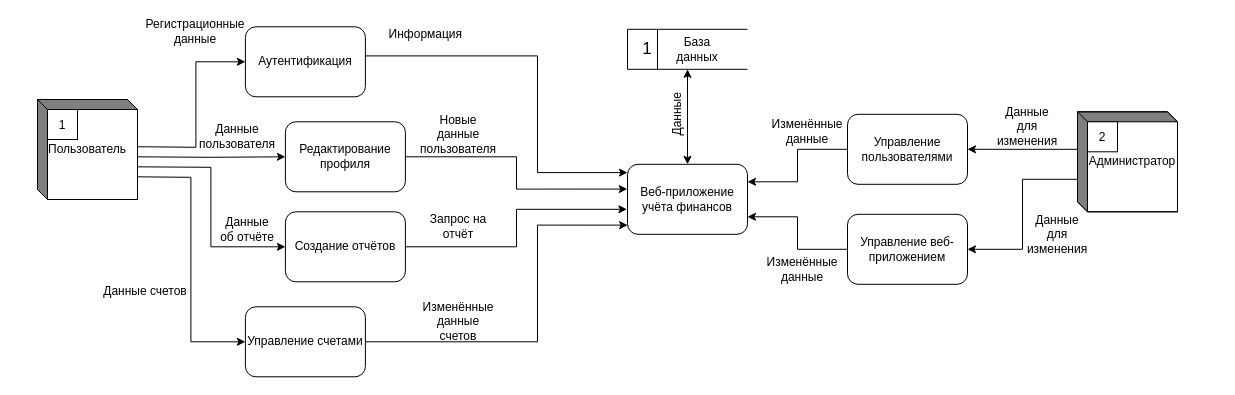
This is DFD.drawio from melekhelyon/KR, a draw.io file, before an edit. Source tidied: cells renumbered, new cells numbered last; positions are measured from the earlier drawing's top-left corner, leaving out a move shared by most shapes. Both pictures are drawn from the tidied source at 100%, with x=0, y=0 at pixel (37, 16).
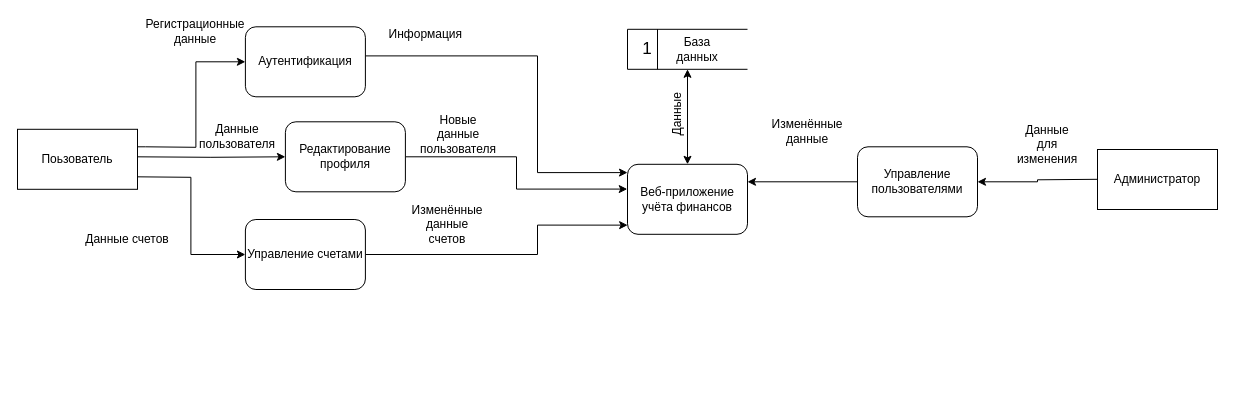
Above is the later version.

Unchanged cells that the change refers to:
```xml
<mxCell id="23" value="Веб-приложение учёта финансов" style="rounded=1;whiteSpace=wrap;html=1;" parent="1" vertex="1">
  <mxGeometry x="590" y="147.8" width="120" height="70" as="geometry" />
</mxCell>
```

What changed in the source:
```diff
@@
-    <mxCell id="10" style="edgeStyle=orthogonalEdgeStyle;rounded=0;jettySize=auto;html=1;exitX=1;exitY=0.5;exitDx=0;exitDy=0;entryX=-0.005;entryY=0.643;entryDx=0;entryDy=0;entryPerimeter=0;" parent="1" edge="1" source="11" target="23">
-      <mxGeometry relative="1" as="geometry" />
-    </mxCell>
-    <mxCell id="11" value="Создание отчётов" style="rounded=1;whiteSpace=wrap;html=1;" parent="1" vertex="1">
-      <mxGeometry x="247.9" y="195.3" width="120" height="70" as="geometry" />
-    </mxCell>
-    <mxCell id="12" style="edgeStyle=orthogonalEdgeStyle;rounded=0;jettySize=auto;html=1;exitX=1;exitY=0.5;exitDx=0;exitDy=0;entryX=0;entryY=0.5;entryDx=0;entryDy=0;" parent="1" edge="1" target="11">
-      <mxGeometry relative="1" as="geometry">
-        <mxPoint x="97.9" y="150.3" as="sourcePoint" />
-      </mxGeometry>
-    </mxCell>
@@
-    <mxCell id="18" style="edgeStyle=orthogonalEdgeStyle;rounded=0;jettySize=auto;html=1;exitX=0;exitY=0.375;exitDx=0;exitDy=0;entryX=1;entryY=0.5;entryDx=0;entryDy=0;exitPerimeter=0;" parent="1" edge="1" source="39" target="28">
-      <mxGeometry relative="1" as="geometry" />
+    <mxCell id="18" style="edgeStyle=orthogonalEdgeStyle;rounded=0;jettySize=auto;html=1;exitX=0;exitY=0.375;exitDx=0;exitDy=0;entryX=1;entryY=0.5;entryDx=0;entryDy=0;exitPerimeter=0;" parent="1" edge="1" target="28">
+      <mxGeometry relative="1" as="geometry">
+        <mxPoint x="1060" y="162.8" as="sourcePoint" />
+      </mxGeometry>
     </mxCell>
-    <mxCell id="19" style="edgeStyle=orthogonalEdgeStyle;rounded=0;jettySize=auto;html=1;exitX=0;exitY=0;exitDx=0;exitDy=67.5;entryX=1;entryY=0.5;entryDx=0;entryDy=0;exitPerimeter=0;" parent="1" edge="1" source="39" target="32">
-      <mxGeometry relative="1" as="geometry" />
-    </mxCell>
     <mxCell id="20" value="Данные счетов" style="text;html=1;whiteSpace=wrap;strokeColor=none;fillColor=none;align=center;verticalAlign=middle;rounded=0;" parent="1" vertex="1">
-      <mxGeometry x="57.9" y="260.3" width="100" height="30" as="geometry" />
+      <mxGeometry x="40" y="207.8" width="100" height="30" as="geometry" />
     </mxCell>
     <mxCell id="21" style="edgeStyle=orthogonalEdgeStyle;rounded=0;jettySize=auto;html=1;exitX=1;exitY=0.5;exitDx=0;exitDy=0;entryX=0.001;entryY=0.869;entryDx=0;entryDy=0;entryPerimeter=0;" parent="1" edge="1" source="22" target="23">
       <mxGeometry relative="1" as="geometry">
         <Array as="points">
-          <mxPoint x="500" y="325" />
+          <mxPoint x="500" y="238" />
           <mxPoint x="500" y="209" />
         </Array>
       </mxGeometry>
     </mxCell>
     <mxCell id="22" value="Управление счетами" style="rounded=1;whiteSpace=wrap;html=1;" parent="1" vertex="1">
-      <mxGeometry x="207.9" y="290.3" width="120" height="70" as="geometry" />
+      <mxGeometry x="207.9" y="203" width="120" height="70" as="geometry" />
     </mxCell>
@@
-    <mxCell id="26" value="Запрос на отчёт" style="text;html=1;whiteSpace=wrap;strokeColor=none;fillColor=none;align=center;verticalAlign=middle;rounded=0;" parent="1" vertex="1">
-      <mxGeometry x="391" y="195.3" width="60" height="30" as="geometry" />
-    </mxCell>
@@
     <mxCell id="28" value="Управление пользователями" style="rounded=1;whiteSpace=wrap;html=1;" parent="1" vertex="1">
-      <mxGeometry x="810" y="97.8" width="120" height="70" as="geometry" />
+      <mxGeometry x="820" y="130.3" width="120" height="70" as="geometry" />
     </mxCell>
@@
-    <mxCell id="31" style="edgeStyle=orthogonalEdgeStyle;rounded=0;jettySize=auto;html=1;exitX=0;exitY=0.5;exitDx=0;exitDy=0;entryX=1;entryY=0.75;entryDx=0;entryDy=0;" parent="1" edge="1" source="32" target="23">
-      <mxGeometry relative="1" as="geometry" />
-    </mxCell>
-    <mxCell id="32" value="Управление веб-приложением" style="rounded=1;whiteSpace=wrap;html=1;" parent="1" vertex="1">
-      <mxGeometry x="810" y="197.8" width="120" height="70" as="geometry" />
-    </mxCell>
@@
-    <mxCell id="36" value="Пользователь" style="html=1;dashed=0;whiteSpace=wrap;shape=mxgraph.dfd.externalEntity;" parent="1" vertex="1">
-      <mxGeometry y="83" width="100" height="100" as="geometry" />
-    </mxCell>
-    <mxCell id="37" value="1" style="strokeColor=inherit;fillColor=inherit;gradientColor=inherit;" parent="36" vertex="1">
-      <mxGeometry width="30" height="30" relative="1" as="geometry">
-        <mxPoint x="10" y="10" as="offset" />
-      </mxGeometry>
-    </mxCell>
@@
-    <mxCell id="39" value="&amp;nbsp; &amp;nbsp;Администратор" style="html=1;dashed=0;whiteSpace=wrap;shape=mxgraph.dfd.externalEntity;" parent="1" vertex="1">
-      <mxGeometry x="1040" y="95.3" width="100" height="100" as="geometry" />
-    </mxCell>
-    <mxCell id="40" value="2" style="strokeColor=inherit;fillColor=inherit;gradientColor=inherit;" parent="39" vertex="1">
-      <mxGeometry width="30" height="30" relative="1" as="geometry">
-        <mxPoint x="10" y="10" as="offset" />
-      </mxGeometry>
-    </mxCell>
@@
-    <mxCell id="43" value="Данные об отчёте" style="text;html=1;whiteSpace=wrap;strokeColor=none;fillColor=none;align=center;verticalAlign=middle;rounded=0;" parent="1" vertex="1">
-      <mxGeometry x="180" y="197.8" width="60" height="30" as="geometry" />
-    </mxCell>
     <mxCell id="44" value="Изменённые данные счетов" style="text;html=1;whiteSpace=wrap;strokeColor=none;fillColor=none;align=center;verticalAlign=middle;rounded=0;" parent="1" vertex="1">
-      <mxGeometry x="391" y="290.3" width="60" height="30" as="geometry" />
+      <mxGeometry x="380" y="193" width="60" height="30" as="geometry" />
     </mxCell>
     <mxCell id="45" value="Данные для изменения" style="text;html=1;whiteSpace=wrap;strokeColor=none;fillColor=none;align=center;verticalAlign=middle;rounded=0;" parent="1" vertex="1">
-      <mxGeometry x="960" y="95.3" width="60" height="30" as="geometry" />
+      <mxGeometry x="980" y="112.8" width="60" height="30" as="geometry" />
     </mxCell>
@@
-    <mxCell id="47" value="Данные для изменения" style="text;html=1;whiteSpace=wrap;strokeColor=none;fillColor=none;align=center;verticalAlign=middle;rounded=0;" parent="1" vertex="1">
-      <mxGeometry x="990" y="203" width="60" height="30" as="geometry" />
-    </mxCell>
-    <mxCell id="48" value="Изменённые данные" style="text;html=1;whiteSpace=wrap;strokeColor=none;fillColor=none;align=center;verticalAlign=middle;rounded=0;" parent="1" vertex="1">
-      <mxGeometry x="735" y="237.8" width="60" height="30" as="geometry" />
-    </mxCell>
+    <mxCell id="49" value="Поьзователь" style="rounded=0;whiteSpace=wrap;html=1;" parent="1" vertex="1">
+      <mxGeometry x="-20" y="112.8" width="120" height="60" as="geometry" />
+    </mxCell>
+    <mxCell id="39" value="Администратор" style="rounded=0;whiteSpace=wrap;html=1;" parent="1" vertex="1">
+      <mxGeometry x="1060" y="133" width="120" height="60" as="geometry" />
+    </mxCell>
```
